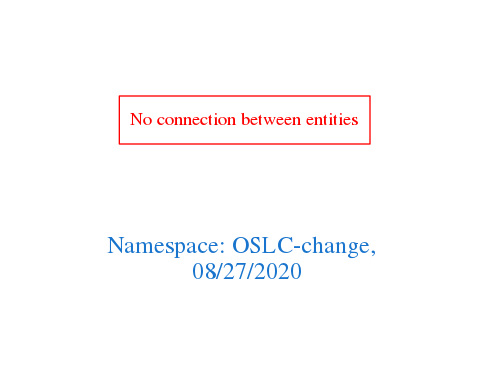
Before: downloads/OSLC-change.png, a diagram exported from Graphviz (arago/OGIT). Its source is kept beside it as downloads/OSLC-change.dot. Its diagram source:
```dot
digraph OGIT_ontology {
 graph [ rankdir= LR,pad=1
fontsize = 18,
fontcolor= dodgerblue3,label = "\n\n\nNamespace: OSLC-change, \n 08/27/2020"];
node[shape=polygon];
edge [  color="gray81"];

"No connection between entities" [fontcolor = "red",color="red", shape="polygon"]
}
```
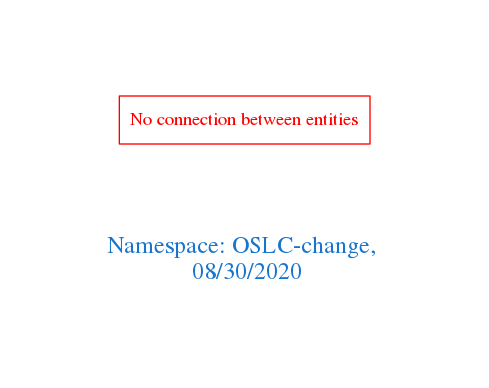
Later version of the same file.

What changed in the source:
```diff
@@ -1,7 +1,7 @@
 digraph OGIT_ontology {
  graph [ rankdir= LR,pad=1
 fontsize = 18,
-fontcolor= dodgerblue3,label = "\n\n\nNamespace: OSLC-change, \n 08/27/2020"];
+fontcolor= dodgerblue3,label = "\n\n\nNamespace: OSLC-change, \n 08/30/2020"];
 node[shape=polygon];
 edge [  color="gray81"];
 
```
